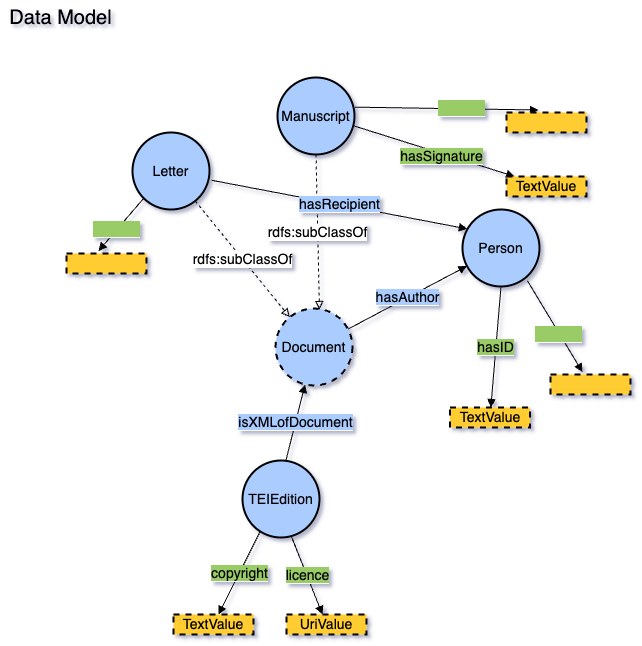
editio/presentations keeps this draw.io diagram as imagenes/dasch_datamodel_1.png. Above is the earlier version. Source tidied: cells renumbered, new cells last; positions are measured from the earlier drawing's top-left corner, leaving out a move shared by most shapes.
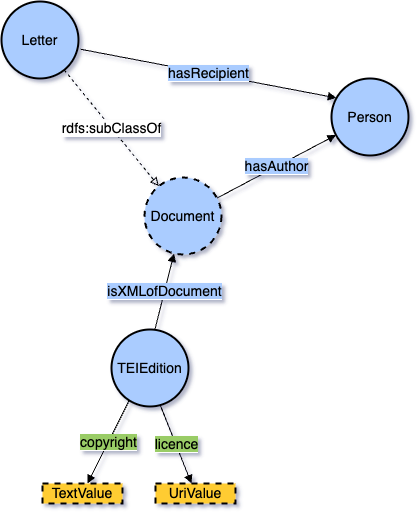
After the commit.

Commit message:
Editions at DaSCH - Slides

The edit, as a diff of the source:
```diff
@@ -11,12 +11,6 @@
     <mxCell id="4" value="rdfs:subClassOf" style="endArrow=block;html=1;strokeColor=#000000;fontSize=14;fontColor=default;endFill=0;dashed=1;rounded=1;" parent="1" edge="1" source="3" target="2">
       <mxGeometry relative="1" as="geometry" />
     </mxCell>
-    <mxCell id="5" value="&lt;font style=&quot;font-size: 14px;&quot;&gt;Manuscript&lt;/font&gt;" style="ellipse;whiteSpace=wrap;html=1;rounded=1;shadow=0;glass=0;comic=0;strokeColor=#000000;strokeWidth=2;fillColor=#acf;gradientColor=none;fontSize=14;fontColor=default;align=center;" parent="1" vertex="1">
-      <mxGeometry x="277" y="77" width="77" height="77" as="geometry" />
-    </mxCell>
-    <mxCell id="6" value="rdfs:subClassOf" style="endArrow=block;html=1;strokeColor=#000000;fontSize=14;fontColor=default;endFill=0;dashed=1;rounded=1;exitX=0.5;exitY=1;exitDx=0;exitDy=0;entryX=0.571;entryY=0.013;entryDx=0;entryDy=0;entryPerimeter=0;" parent="1" edge="1" source="5" target="2">
-      <mxGeometry relative="1" as="geometry" />
-    </mxCell>
     <mxCell id="7" value="&lt;font style=&quot;font-size: 14px;&quot;&gt;TEIEdition&lt;/font&gt;" style="ellipse;whiteSpace=wrap;html=1;rounded=1;shadow=0;glass=0;comic=0;strokeColor=#000000;strokeWidth=2;fillColor=#acf;gradientColor=none;fontSize=14;fontColor=#000000;align=center;" parent="1" vertex="1">
       <mxGeometry x="242" y="460" width="77" height="77" as="geometry" />
     </mxCell>
@@ -41,47 +35,8 @@
     <mxCell id="14" value="TextValue" style="whiteSpace=wrap;html=1;rounded=0;shadow=0;glass=0;comic=0;strokeColor=#000000;strokeWidth=2;fillColor=#fc3;gradientColor=none;fontSize=14;fontColor=#000000;align=center;dashed=1;" parent="1" vertex="1">
       <mxGeometry x="173" y="614" width="80" height="20" as="geometry" />
     </mxCell>
-    <mxCell id="15" value="&lt;span style=&quot;background-color: rgb(153, 204, 102); font-size: 14px;&quot;&gt;&amp;nbsp; &amp;nbsp; &amp;nbsp; &amp;nbsp; &amp;nbsp; &amp;nbsp;&amp;nbsp;&lt;/span&gt;" style="endArrow=block;html=1;strokeColor=#000000;fontSize=14;fontColor=default;endFill=1;rounded=0;exitX=0;exitY=1;exitDx=0;exitDy=0;entryX=0.4;entryY=-0.125;entryDx=0;entryDy=0;entryPerimeter=0;" parent="1" edge="1" source="3" target="16">
-      <mxGeometry x="0.18" relative="1" as="geometry">
-        <mxPoint x="-1" as="offset" />
-      </mxGeometry>
-    </mxCell>
-    <mxCell id="16" style="whiteSpace=wrap;html=1;rounded=0;shadow=0;glass=0;comic=0;strokeColor=#000000;strokeWidth=2;fillColor=#fc3;gradientColor=none;fontSize=14;fontColor=default;align=center;dashed=1;" parent="1" vertex="1">
-      <mxGeometry x="66" y="253" width="80" height="20" as="geometry" />
-    </mxCell>
-    <mxCell id="17" value="&lt;span style=&quot;background-color: rgb(153, 204, 102); font-size: 14px;&quot;&gt;hasID&lt;/span&gt;" style="endArrow=block;html=1;strokeColor=#000000;fontSize=14;fontColor=default;endFill=1;rounded=0;exitX=0.5;exitY=1;exitDx=0;exitDy=0;" parent="1" edge="1" source="9" target="18">
-      <mxGeometry x="0.01" relative="1" as="geometry" />
-    </mxCell>
-    <mxCell id="18" value="TextValue" style="whiteSpace=wrap;html=1;rounded=0;shadow=0;glass=0;comic=0;strokeColor=#000000;strokeWidth=2;fillColor=#fc3;gradientColor=none;fontSize=14;fontColor=#000000;align=center;dashed=1;" parent="1" vertex="1">
-      <mxGeometry x="449.5" y="407" width="80" height="20" as="geometry" />
-    </mxCell>
-    <mxCell id="19" value="&lt;span style=&quot;background-color: rgb(153, 204, 102); font-size: 14px;&quot;&gt;&amp;nbsp; &amp;nbsp; &amp;nbsp; &amp;nbsp; &amp;nbsp; &amp;nbsp;&amp;nbsp;&lt;/span&gt;" style="endArrow=block;html=1;strokeColor=#000000;fontSize=14;fontColor=#000000;endFill=1;rounded=0;exitX=0.842;exitY=0.924;exitDx=0;exitDy=0;entryX=0.4;entryY=-0.125;entryDx=0;entryDy=0;entryPerimeter=0;exitPerimeter=0;" parent="1" edge="1" source="9" target="20">
-      <mxGeometry x="0.18" relative="1" as="geometry">
-        <mxPoint x="-1" as="offset" />
-      </mxGeometry>
-    </mxCell>
-    <mxCell id="20" style="whiteSpace=wrap;html=1;rounded=0;shadow=0;glass=0;comic=0;strokeColor=#000000;strokeWidth=2;fillColor=#fc3;gradientColor=none;fontSize=14;fontColor=#000000;align=center;dashed=1;" parent="1" vertex="1">
-      <mxGeometry x="550" y="374" width="80" height="20" as="geometry" />
-    </mxCell>
-    <mxCell id="21" value="&lt;span style=&quot;background-color: rgb(153, 204, 102); font-size: 14px;&quot;&gt;hasSignature&lt;/span&gt;" style="endArrow=block;html=1;strokeColor=#000000;fontSize=14;fontColor=#000000;endFill=1;rounded=0;exitX=0.988;exitY=0.627;exitDx=0;exitDy=0;exitPerimeter=0;" parent="1" edge="1" source="5" target="22">
-      <mxGeometry x="0.1" y="-3" relative="1" as="geometry" />
-    </mxCell>
-    <mxCell id="22" value="TextValue" style="whiteSpace=wrap;html=1;rounded=0;shadow=0;glass=0;comic=0;strokeColor=#000000;strokeWidth=2;fillColor=#fc3;gradientColor=none;fontSize=14;fontColor=#000000;align=center;dashed=1;" parent="1" vertex="1">
-      <mxGeometry x="506" y="176" width="80" height="20" as="geometry" />
-    </mxCell>
     <mxCell id="23" value="&lt;span style=&quot;background-color: rgb(170 , 204 , 255)&quot;&gt;hasRecipient&lt;/span&gt;" style="endArrow=block;html=1;strokeColor=#000000;fontSize=14;fontColor=#000000;endFill=1;rounded=0;exitX=1.026;exitY=0.62;exitDx=0;exitDy=0;exitPerimeter=0;entryX=0.063;entryY=0.252;entryDx=0;entryDy=0;entryPerimeter=0;" parent="1" edge="1" source="3" target="9">
       <mxGeometry relative="1" as="geometry" />
     </mxCell>
-    <mxCell id="24" value="&lt;span style=&quot;background-color: rgb(153, 204, 102); font-size: 14px;&quot;&gt;&amp;nbsp; &amp;nbsp; &amp;nbsp; &amp;nbsp; &amp;nbsp; &amp;nbsp;&amp;nbsp;&lt;/span&gt;" style="endArrow=block;html=1;strokeColor=#000000;fontSize=14;fontColor=#000000;endFill=1;rounded=0;exitX=1.006;exitY=0.385;exitDx=0;exitDy=0;entryX=0.4;entryY=-0.125;entryDx=0;entryDy=0;entryPerimeter=0;exitPerimeter=0;" parent="1" edge="1" source="5" target="25">
-      <mxGeometry x="0.18" relative="1" as="geometry">
-        <mxPoint x="-1" as="offset" />
-      </mxGeometry>
-    </mxCell>
-    <mxCell id="25" style="whiteSpace=wrap;html=1;rounded=0;shadow=0;glass=0;comic=0;strokeColor=#000000;strokeWidth=2;fillColor=#fc3;gradientColor=none;fontSize=14;fontColor=#000000;align=center;dashed=1;" parent="1" vertex="1">
-      <mxGeometry x="506" y="112" width="80" height="20" as="geometry" />
-    </mxCell>
-    <mxCell id="26" value="&lt;font style=&quot;font-size: 20px;&quot;&gt;Data Model&lt;/font&gt;" style="text;html=1;align=center;verticalAlign=middle;whiteSpace=wrap;rounded=0;" parent="1" vertex="1">
-      <mxGeometry width="121" height="33" as="geometry" />
-    </mxCell>
   </root>
 </mxGraphModel>
```
